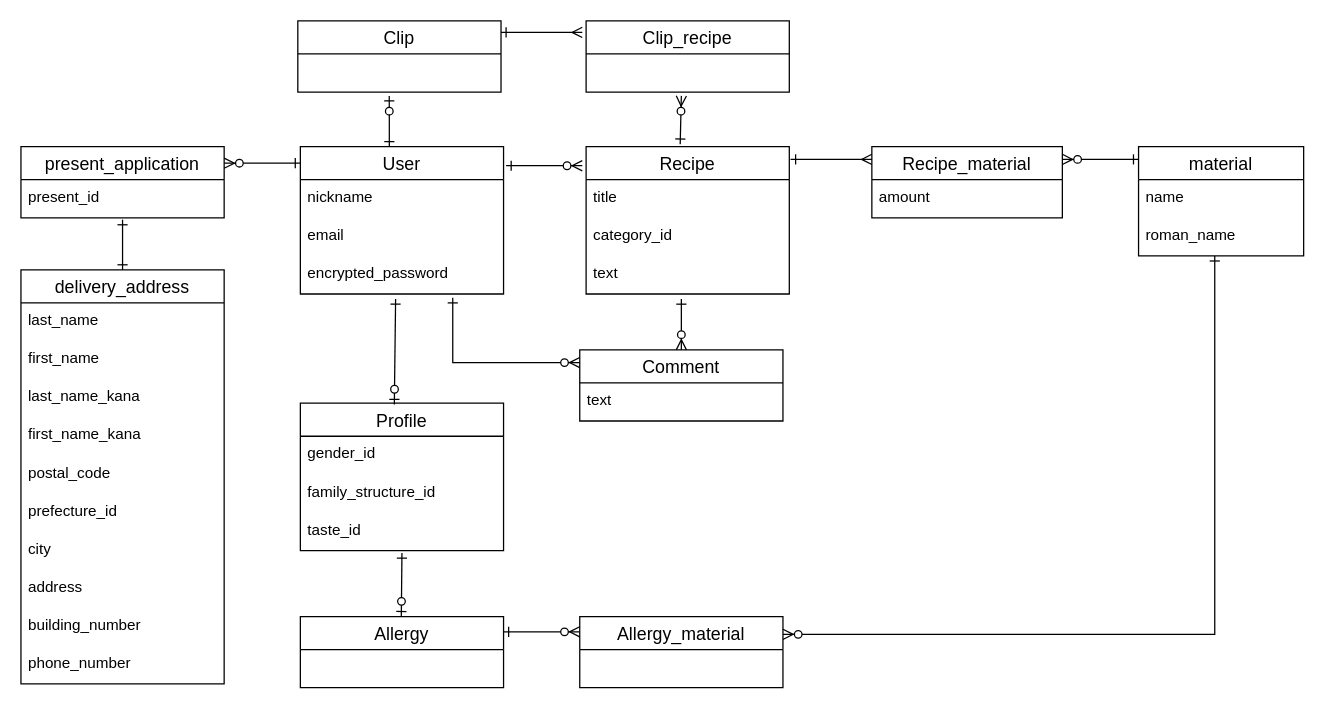
leo-note/leo-recipe keeps this draw.io diagram as ER.dio. Above is the earlier version. Source tidied: cells renumbered, new cells numbered last; positions are measured from the earlier drawing's top-left corner, leaving out a move shared by most shapes. Both pictures are drawn from the tidied source at 127%, with x=0, y=0 at pixel (20, 20).
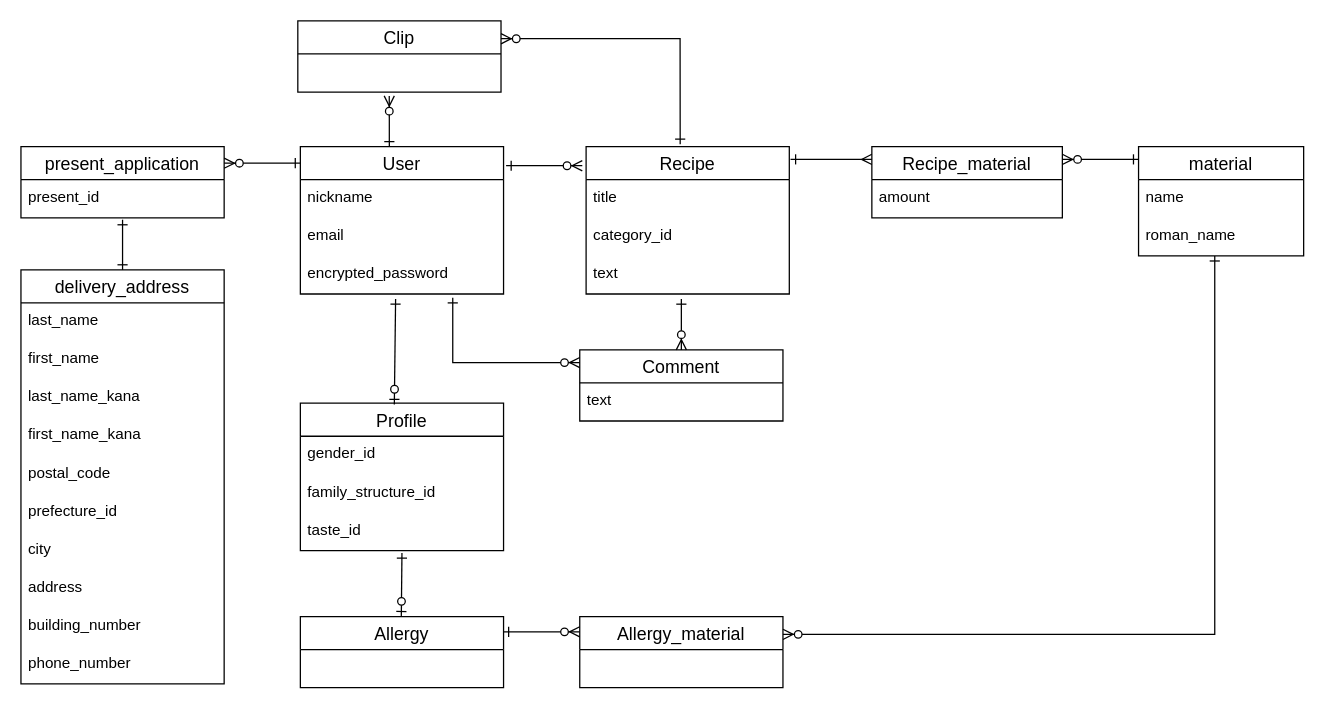
The same page after the edit.

The change refers to these unchanged cells:
```xml
<mxCell id="2" value="User" style="swimlane;fontStyle=0;horizontal=1;startSize=26;align=center;fontSize=14;" parent="1" vertex="1">
  <mxGeometry x="220" y="99" width="160" height="116" as="geometry" />
</mxCell>
<mxCell id="11" value="Recipe" style="swimlane;fontStyle=0;horizontal=1;startSize=26;align=center;fontSize=14;" parent="1" vertex="1">
  <mxGeometry x="445" y="99" width="160" height="116" as="geometry" />
</mxCell>
<mxCell id="20" value="Clip" style="swimlane;fontStyle=0;horizontal=1;startSize=26;align=center;fontSize=14;" parent="1" vertex="1">
  <mxGeometry x="218" width="160" height="56" as="geometry" />
</mxCell>
```

Change to the diagram source:
```diff
@@
-    <mxCell id="37" style="endArrow=ERone;html=1;rounded=0;entryX=0.438;entryY=0;entryDx=0;entryDy=0;entryPerimeter=0;startArrow=ERzeroToOne;startFill=1;endFill=0;" parent="1" edge="1" target="2">
+    <mxCell id="37" style="endArrow=ERone;html=1;rounded=0;entryX=0.438;entryY=0;entryDx=0;entryDy=0;entryPerimeter=0;startArrow=ERzeroToMany;startFill=1;endFill=0;" parent="1" edge="1" target="2">
       <mxGeometry relative="1" as="geometry">
         <mxPoint x="290" y="59" as="sourcePoint" />
       </mxGeometry>
     </mxCell>
-    <mxCell id="38" value="Clip_recipe" style="swimlane;fontStyle=0;horizontal=1;startSize=26;align=center;fontSize=14;" parent="1" vertex="1">
-      <mxGeometry x="445" width="160" height="56" as="geometry" />
-    </mxCell>
-    <mxCell id="39" style="endArrow=ERmany;html=1;rounded=0;startArrow=ERone;startFill=0;endFill=0;exitX=1.006;exitY=0.086;exitDx=0;exitDy=0;exitPerimeter=0;" parent="1" edge="1">
-      <mxGeometry relative="1" as="geometry">
-        <mxPoint x="378" y="9" as="sourcePoint" />
-        <mxPoint x="442" y="9" as="targetPoint" />
-      </mxGeometry>
-    </mxCell>
-    <mxCell id="40" style="endArrow=ERone;html=1;rounded=0;startArrow=ERzeroToMany;startFill=1;endFill=0;entryX=0.463;entryY=-0.017;entryDx=0;entryDy=0;entryPerimeter=0;" parent="1" edge="1" target="11">
+    <mxCell id="40" style="endArrow=ERone;html=1;rounded=0;startArrow=ERzeroToMany;startFill=1;endFill=0;entryX=0.463;entryY=-0.017;entryDx=0;entryDy=0;entryPerimeter=0;exitX=1;exitY=0.25;exitDx=0;exitDy=0;" parent="1" edge="1" source="20" target="11">
       <mxGeometry relative="1" as="geometry">
-        <mxPoint x="520" y="59" as="sourcePoint" />
+        <Array as="points">
+          <mxPoint x="519" y="14" />
+        </Array>
       </mxGeometry>
     </mxCell>
```
